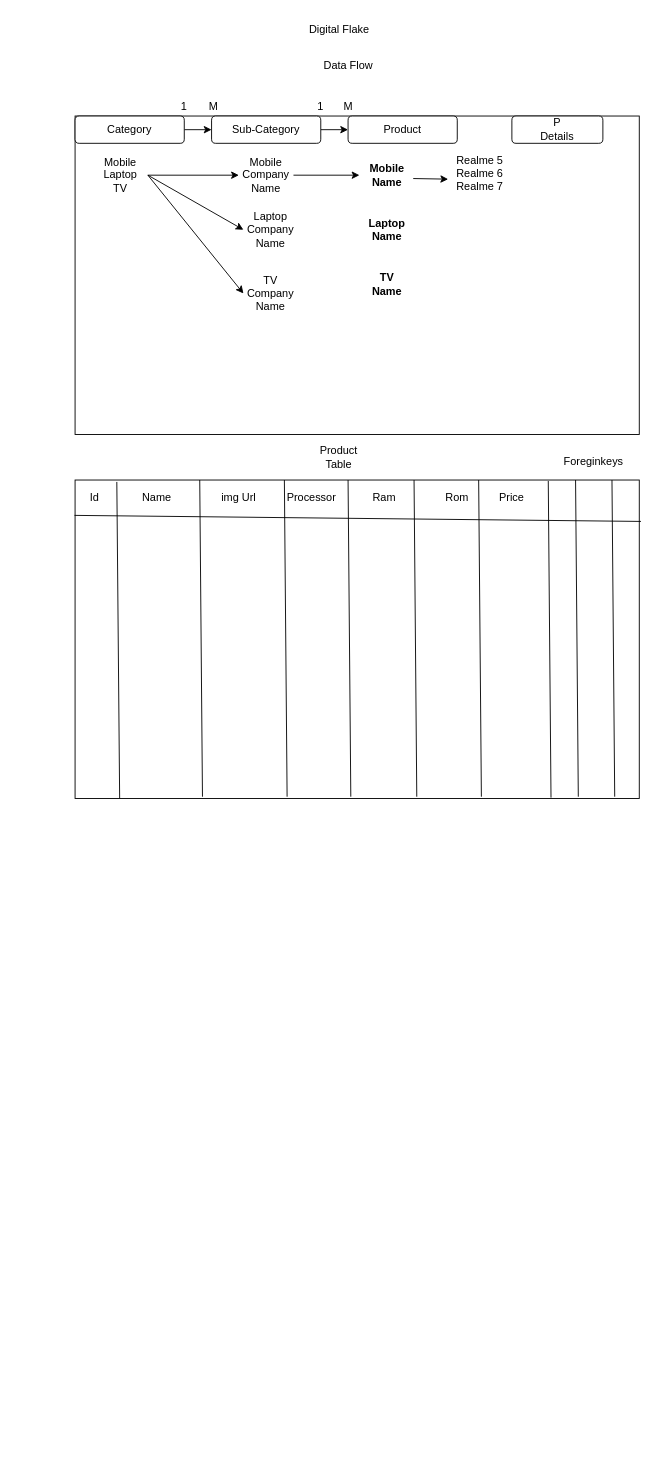
Earlier version of the draw.io diagram Untitled Diagram.drawio (maheshpawar3819/Project-Drawings). Source tidied: cells renumbered, new cells numbered last; positions are measured from the earlier drawing's top-left corner, leaving out a move shared by most shapes. Both pictures are drawn from the tidied source at 91%, with x=0, y=0 at pixel (75, 15).
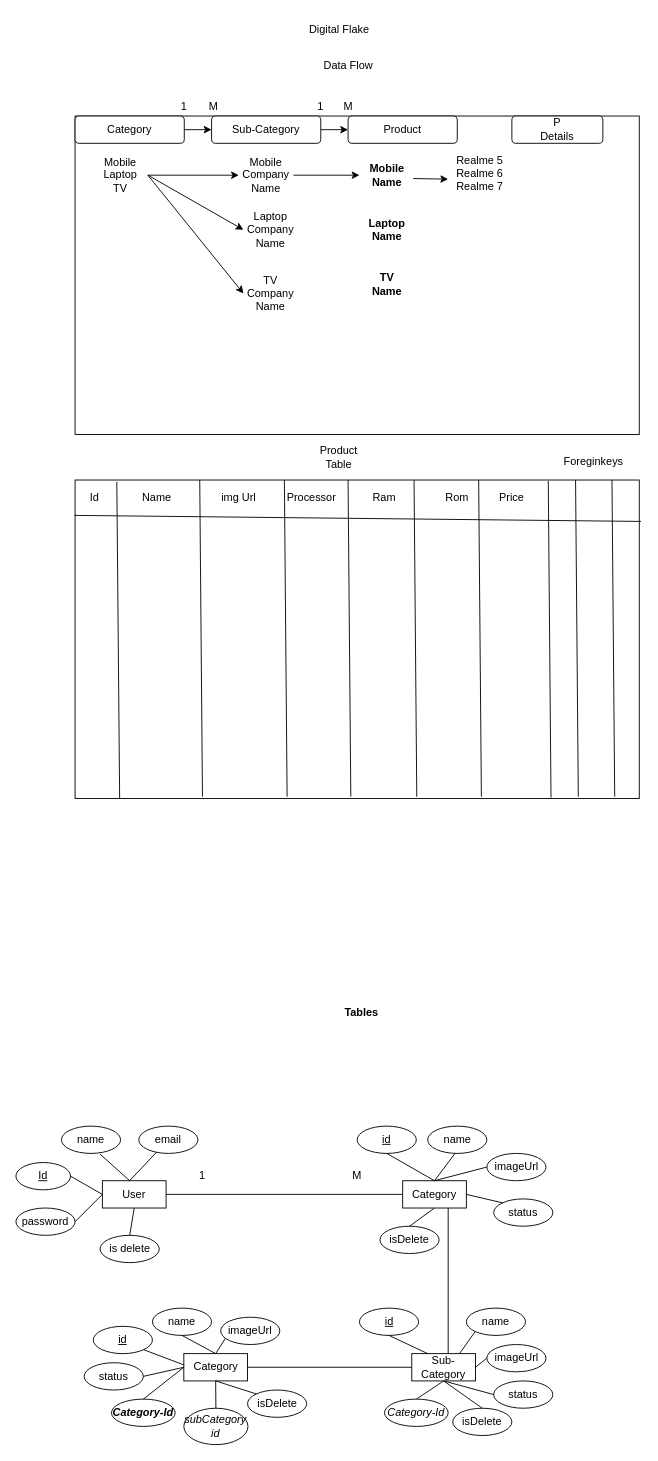
The same diagram, later.

The edit, as a diff of the source:
```diff
@@
+    <mxCell id="48" value="Tables" style="text;html=1;align=center;verticalAlign=middle;whiteSpace=wrap;rounded=0;fontStyle=1;" parent="1" vertex="1">
+      <mxGeometry x="270" y="1080" width="90" height="30" as="geometry" />
+    </mxCell>
+    <mxCell id="49" value="User" style="rounded=0;whiteSpace=wrap;html=1;" parent="1" vertex="1">
+      <mxGeometry x="30" y="1280" width="70" height="30" as="geometry" />
+    </mxCell>
+    <mxCell id="50" value="Id" style="ellipse;whiteSpace=wrap;html=1;fontStyle=4;" parent="1" vertex="1">
+      <mxGeometry x="-65" y="1260" width="60" height="30" as="geometry" />
+    </mxCell>
+    <mxCell id="51" value="name" style="ellipse;whiteSpace=wrap;html=1;" parent="1" vertex="1">
+      <mxGeometry x="-15" y="1220" width="65" height="30" as="geometry" />
+    </mxCell>
+    <mxCell id="52" value="email" style="ellipse;whiteSpace=wrap;html=1;" parent="1" vertex="1">
+      <mxGeometry x="70" y="1220" width="65" height="30" as="geometry" />
+    </mxCell>
+    <mxCell id="53" value="password" style="ellipse;whiteSpace=wrap;html=1;" parent="1" vertex="1">
+      <mxGeometry x="-65" y="1310" width="65" height="30" as="geometry" />
+    </mxCell>
+    <mxCell id="54" value="is delete" style="ellipse;whiteSpace=wrap;html=1;" parent="1" vertex="1">
+      <mxGeometry x="27.5" y="1340" width="65" height="30" as="geometry" />
+    </mxCell>
+    <mxCell id="55" style="endArrow=none;html=1;rounded=0;exitX=0.5;exitY=0;exitDx=0;exitDy=0;entryX=0.5;entryY=1;entryDx=0;entryDy=0;" parent="1" edge="1" source="54" target="49">
+      <mxGeometry relative="1" as="geometry" />
+    </mxCell>
+    <mxCell id="56" style="endArrow=none;html=1;rounded=0;exitX=1;exitY=0.5;exitDx=0;exitDy=0;entryX=0;entryY=0.5;entryDx=0;entryDy=0;" parent="1" edge="1" source="53" target="49">
+      <mxGeometry relative="1" as="geometry" />
+    </mxCell>
+    <mxCell id="57" style="endArrow=none;html=1;rounded=0;exitX=0;exitY=0.5;exitDx=0;exitDy=0;entryX=1;entryY=0.5;entryDx=0;entryDy=0;" parent="1" edge="1" source="49" target="50">
+      <mxGeometry relative="1" as="geometry" />
+    </mxCell>
+    <mxCell id="58" style="endArrow=none;html=1;rounded=0;entryX=0.651;entryY=1.022;entryDx=0;entryDy=0;entryPerimeter=0;" parent="1" edge="1" target="51">
+      <mxGeometry relative="1" as="geometry">
+        <mxPoint x="60" y="1280" as="sourcePoint" />
+      </mxGeometry>
+    </mxCell>
+    <mxCell id="59" style="endArrow=none;html=1;rounded=0;entryX=0.304;entryY=0.946;entryDx=0;entryDy=0;entryPerimeter=0;" parent="1" edge="1" target="52">
+      <mxGeometry relative="1" as="geometry">
+        <mxPoint x="60" y="1280" as="sourcePoint" />
+      </mxGeometry>
+    </mxCell>
+    <mxCell id="60" style="endArrow=none;html=1;rounded=0;entryX=1;entryY=0.5;entryDx=0;entryDy=0;" parent="1" edge="1" target="49">
+      <mxGeometry relative="1" as="geometry">
+        <mxPoint x="360" y="1295" as="sourcePoint" />
+      </mxGeometry>
+    </mxCell>
+    <mxCell id="61" value="Category" style="rounded=0;whiteSpace=wrap;html=1;" parent="1" vertex="1">
+      <mxGeometry x="360" y="1280" width="70" height="30" as="geometry" />
+    </mxCell>
+    <mxCell id="62" value="id" style="ellipse;whiteSpace=wrap;html=1;fontStyle=4;" parent="1" vertex="1">
+      <mxGeometry x="310" y="1220" width="65" height="30" as="geometry" />
+    </mxCell>
+    <mxCell id="63" value="name" style="ellipse;whiteSpace=wrap;html=1;" parent="1" vertex="1">
+      <mxGeometry x="387.5" y="1220" width="65" height="30" as="geometry" />
+    </mxCell>
+    <mxCell id="64" value="imageUrl" style="ellipse;whiteSpace=wrap;html=1;" parent="1" vertex="1">
+      <mxGeometry x="452.5" y="1250" width="65" height="30" as="geometry" />
+    </mxCell>
+    <mxCell id="65" value="status" style="ellipse;whiteSpace=wrap;html=1;" parent="1" vertex="1">
+      <mxGeometry x="460" y="1300" width="65" height="30" as="geometry" />
+    </mxCell>
+    <mxCell id="66" value="isDelete" style="ellipse;whiteSpace=wrap;html=1;" parent="1" vertex="1">
+      <mxGeometry x="335" y="1330" width="65" height="30" as="geometry" />
+    </mxCell>
+    <mxCell id="67" style="endArrow=none;html=1;rounded=0;entryX=0.5;entryY=1;entryDx=0;entryDy=0;exitX=0.5;exitY=0;exitDx=0;exitDy=0;" parent="1" edge="1" source="61" target="62">
+      <mxGeometry relative="1" as="geometry" />
+    </mxCell>
+    <mxCell id="68" style="endArrow=none;html=1;rounded=0;entryX=0.304;entryY=0.946;entryDx=0;entryDy=0;entryPerimeter=0;exitX=0.5;exitY=0;exitDx=0;exitDy=0;" parent="1" edge="1" source="61">
+      <mxGeometry relative="1" as="geometry">
+        <mxPoint x="417.5" y="1250" as="targetPoint" />
+      </mxGeometry>
+    </mxCell>
+    <mxCell id="69" style="endArrow=none;html=1;rounded=0;entryX=0;entryY=0.5;entryDx=0;entryDy=0;exitX=0.5;exitY=0;exitDx=0;exitDy=0;" parent="1" edge="1" source="61" target="64">
+      <mxGeometry relative="1" as="geometry" />
+    </mxCell>
+    <mxCell id="70" style="endArrow=none;html=1;rounded=0;entryX=0;entryY=0;entryDx=0;entryDy=0;exitX=1;exitY=0.5;exitDx=0;exitDy=0;" parent="1" edge="1" source="61" target="65">
+      <mxGeometry relative="1" as="geometry" />
+    </mxCell>
+    <mxCell id="71" style="endArrow=none;html=1;rounded=0;entryX=0.5;entryY=1;entryDx=0;entryDy=0;exitX=0.5;exitY=0;exitDx=0;exitDy=0;" parent="1" edge="1" source="66" target="61">
+      <mxGeometry relative="1" as="geometry" />
+    </mxCell>
+    <mxCell id="72" style="endArrow=none;html=1;rounded=0;entryX=0.75;entryY=1;entryDx=0;entryDy=0;" parent="1" edge="1">
+      <mxGeometry relative="1" as="geometry">
+        <mxPoint x="410" y="1470" as="sourcePoint" />
+        <mxPoint x="410" y="1310" as="targetPoint" />
+      </mxGeometry>
+    </mxCell>
+    <mxCell id="73" value="Sub-Category" style="rounded=0;whiteSpace=wrap;html=1;" parent="1" vertex="1">
+      <mxGeometry x="370" y="1470" width="70" height="30" as="geometry" />
+    </mxCell>
+    <mxCell id="74" value="id" style="ellipse;whiteSpace=wrap;html=1;fontStyle=4;" parent="1" vertex="1">
+      <mxGeometry x="312.5" y="1420" width="65" height="30" as="geometry" />
+    </mxCell>
+    <mxCell id="75" value="name" style="ellipse;whiteSpace=wrap;html=1;" parent="1" vertex="1">
+      <mxGeometry x="430" y="1420" width="65" height="30" as="geometry" />
+    </mxCell>
+    <mxCell id="76" value="M" style="text;html=1;align=center;verticalAlign=middle;whiteSpace=wrap;rounded=0;" parent="1" vertex="1">
+      <mxGeometry x="280" y="1260" width="60" height="30" as="geometry" />
+    </mxCell>
+    <mxCell id="77" value="1" style="text;html=1;align=center;verticalAlign=middle;whiteSpace=wrap;rounded=0;" parent="1" vertex="1">
+      <mxGeometry x="110" y="1260" width="60" height="30" as="geometry" />
+    </mxCell>
+    <mxCell id="78" value="imageUrl" style="ellipse;whiteSpace=wrap;html=1;" parent="1" vertex="1">
+      <mxGeometry x="452.5" y="1460" width="65" height="30" as="geometry" />
+    </mxCell>
+    <mxCell id="79" value="status" style="ellipse;whiteSpace=wrap;html=1;" parent="1" vertex="1">
+      <mxGeometry x="460" y="1500" width="65" height="30" as="geometry" />
+    </mxCell>
+    <mxCell id="80" value="isDelete" style="ellipse;whiteSpace=wrap;html=1;" parent="1" vertex="1">
+      <mxGeometry x="415" y="1530" width="65" height="30" as="geometry" />
+    </mxCell>
+    <mxCell id="81" style="endArrow=none;html=1;rounded=0;entryX=0.5;entryY=1;entryDx=0;entryDy=0;exitX=0.25;exitY=0;exitDx=0;exitDy=0;" parent="1" edge="1" source="73" target="74">
+      <mxGeometry relative="1" as="geometry" />
+    </mxCell>
+    <mxCell id="82" style="endArrow=none;html=1;rounded=0;entryX=0;entryY=1;entryDx=0;entryDy=0;exitX=0.75;exitY=0;exitDx=0;exitDy=0;" parent="1" edge="1" source="73" target="75">
+      <mxGeometry relative="1" as="geometry" />
+    </mxCell>
+    <mxCell id="83" style="endArrow=none;html=1;rounded=0;entryX=0;entryY=0.5;entryDx=0;entryDy=0;exitX=1;exitY=0.5;exitDx=0;exitDy=0;" parent="1" edge="1" source="73" target="78">
+      <mxGeometry relative="1" as="geometry" />
+    </mxCell>
+    <mxCell id="84" style="endArrow=none;html=1;rounded=0;entryX=0;entryY=0.5;entryDx=0;entryDy=0;exitX=0.5;exitY=1;exitDx=0;exitDy=0;" parent="1" edge="1" source="73" target="79">
+      <mxGeometry relative="1" as="geometry" />
+    </mxCell>
+    <mxCell id="85" style="endArrow=none;html=1;rounded=0;entryX=0.5;entryY=0;entryDx=0;entryDy=0;exitX=0.5;exitY=1;exitDx=0;exitDy=0;" parent="1" edge="1" source="73" target="80">
+      <mxGeometry relative="1" as="geometry" />
+    </mxCell>
+    <mxCell id="86" value="&lt;span&gt;&lt;i&gt;Category-Id&lt;/i&gt;&lt;/span&gt;" style="ellipse;whiteSpace=wrap;html=1;fontStyle=0;" parent="1" vertex="1">
+      <mxGeometry x="340" y="1520" width="70" height="30" as="geometry" />
+    </mxCell>
+    <mxCell id="87" style="endArrow=none;html=1;rounded=0;entryX=0.5;entryY=1;entryDx=0;entryDy=0;exitX=0.5;exitY=0;exitDx=0;exitDy=0;" parent="1" edge="1" source="86" target="73">
+      <mxGeometry relative="1" as="geometry" />
+    </mxCell>
+    <mxCell id="88" style="endArrow=none;html=1;rounded=0;entryX=0;entryY=0.5;entryDx=0;entryDy=0;" parent="1" edge="1" target="73">
+      <mxGeometry relative="1" as="geometry">
+        <mxPoint x="190" y="1485" as="sourcePoint" />
+      </mxGeometry>
+    </mxCell>
+    <mxCell id="89" value="Category" style="rounded=0;whiteSpace=wrap;html=1;" parent="1" vertex="1">
+      <mxGeometry x="119.5" y="1470" width="70" height="30" as="geometry" />
+    </mxCell>
+    <mxCell id="90" value="id" style="ellipse;whiteSpace=wrap;html=1;fontStyle=4;" parent="1" vertex="1">
+      <mxGeometry x="20" y="1440" width="65" height="30" as="geometry" />
+    </mxCell>
+    <mxCell id="91" value="name" style="ellipse;whiteSpace=wrap;html=1;" parent="1" vertex="1">
+      <mxGeometry x="85" y="1420" width="65" height="30" as="geometry" />
+    </mxCell>
+    <mxCell id="92" value="imageUrl" style="ellipse;whiteSpace=wrap;html=1;" parent="1" vertex="1">
+      <mxGeometry x="160" y="1430" width="65" height="30" as="geometry" />
+    </mxCell>
+    <mxCell id="93" value="status" style="ellipse;whiteSpace=wrap;html=1;" parent="1" vertex="1">
+      <mxGeometry x="10" y="1480" width="65" height="30" as="geometry" />
+    </mxCell>
+    <mxCell id="94" value="isDelete" style="ellipse;whiteSpace=wrap;html=1;" parent="1" vertex="1">
+      <mxGeometry x="189.5" y="1510" width="65" height="30" as="geometry" />
+    </mxCell>
+    <mxCell id="95" value="&lt;span&gt;&lt;span&gt;Category-Id&lt;/span&gt;&lt;/span&gt;" style="ellipse;whiteSpace=wrap;html=1;fontStyle=3;" parent="1" vertex="1">
+      <mxGeometry x="40" y="1520" width="70" height="30" as="geometry" />
+    </mxCell>
+    <mxCell id="96" style="ellipse;whiteSpace=wrap;html=1;fontStyle=0;" parent="1" vertex="1">
+      <mxGeometry x="119.5" y="1530" width="70.5" height="40" as="geometry" />
+    </mxCell>
+    <mxCell id="97" value="&lt;i&gt;subCategory id&lt;/i&gt;" style="text;html=1;align=center;verticalAlign=middle;whiteSpace=wrap;rounded=0;" parent="1" vertex="1">
+      <mxGeometry x="132" y="1540" width="45" height="20" as="geometry" />
+    </mxCell>
+    <mxCell id="98" style="endArrow=none;html=1;rounded=0;exitX=0.5;exitY=0;exitDx=0;exitDy=0;entryX=0.079;entryY=0.776;entryDx=0;entryDy=0;entryPerimeter=0;" parent="1" edge="1" source="89" target="92">
+      <mxGeometry relative="1" as="geometry" />
+    </mxCell>
+    <mxCell id="99" style="endArrow=none;html=1;rounded=0;entryX=0.5;entryY=1;entryDx=0;entryDy=0;exitX=0.5;exitY=0;exitDx=0;exitDy=0;" parent="1" edge="1" source="89" target="91">
+      <mxGeometry relative="1" as="geometry" />
+    </mxCell>
+    <mxCell id="100" style="endArrow=none;html=1;rounded=0;exitX=1;exitY=1;exitDx=0;exitDy=0;entryX=0.007;entryY=0.419;entryDx=0;entryDy=0;entryPerimeter=0;" parent="1" edge="1" source="90" target="89">
+      <mxGeometry relative="1" as="geometry" />
+    </mxCell>
+    <mxCell id="101" style="endArrow=none;html=1;rounded=0;exitX=1;exitY=0.5;exitDx=0;exitDy=0;entryX=0;entryY=0.5;entryDx=0;entryDy=0;" parent="1" edge="1" source="93" target="89">
+      <mxGeometry relative="1" as="geometry" />
+    </mxCell>
+    <mxCell id="102" style="endArrow=none;html=1;rounded=0;exitX=0.5;exitY=0;exitDx=0;exitDy=0;entryX=0;entryY=0.5;entryDx=0;entryDy=0;" parent="1" edge="1" source="95" target="89">
+      <mxGeometry relative="1" as="geometry" />
+    </mxCell>
+    <mxCell id="103" style="endArrow=none;html=1;rounded=0;exitX=0.5;exitY=0;exitDx=0;exitDy=0;entryX=0.5;entryY=1;entryDx=0;entryDy=0;" parent="1" edge="1" source="96" target="89">
+      <mxGeometry relative="1" as="geometry" />
+    </mxCell>
+    <mxCell id="104" style="endArrow=none;html=1;rounded=0;exitX=0;exitY=0;exitDx=0;exitDy=0;entryX=0.5;entryY=1;entryDx=0;entryDy=0;" parent="1" edge="1" source="94" target="89">
+      <mxGeometry relative="1" as="geometry" />
+    </mxCell>
```
